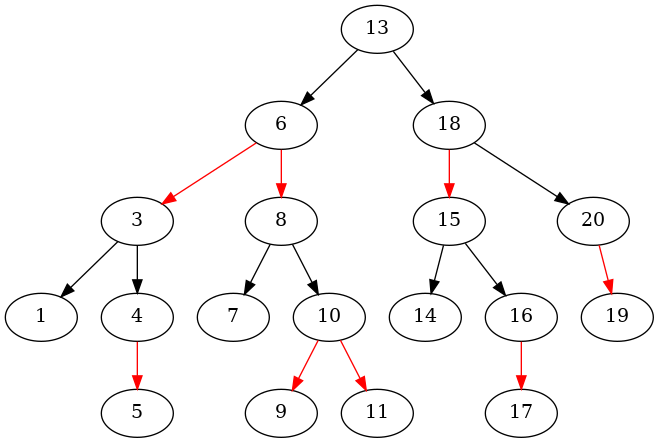
The Graphviz diagram output/RBTree.gv.png in s194042/Algo2Helpers, before a commit. Its source is kept beside it as output/RBTree.gv. The source it was exported from:
```dot
digraph RBTree {
	13 [label=13 color=black]
	6 [label=6 color=black]
	3 [label=3 color=black]
	1 [label=1 color=black]
	3 -> 1 [color=black]
	4 [label=4 color=black]
	5 [label=5 color=black]
	4 -> 5 [color=red]
	3 -> 4 [color=black]
	6 -> 3 [color=red]
	8 [label=8 color=black]
	7 [label=7 color=black]
	8 -> 7 [color=black]
	10 [label=10 color=black]
	9 [label=9 color=black]
	10 -> 9 [color=red]
	11 [label=11 color=black]
	10 -> 11 [color=red]
	8 -> 10 [color=black]
	6 -> 8 [color=red]
	13 -> 6 [color=black]
	18 [label=18 color=black]
	15 [label=15 color=black]
	14 [label=14 color=black]
	15 -> 14 [color=black]
	16 [label=16 color=black]
	17 [label=17 color=black]
	16 -> 17 [color=red]
	15 -> 16 [color=black]
	18 -> 15 [color=red]
	20 [label=20 color=black]
	19 [label=19 color=black]
	20 -> 19 [color=red]
	18 -> 20 [color=black]
	13 -> 18 [color=black]
}
```
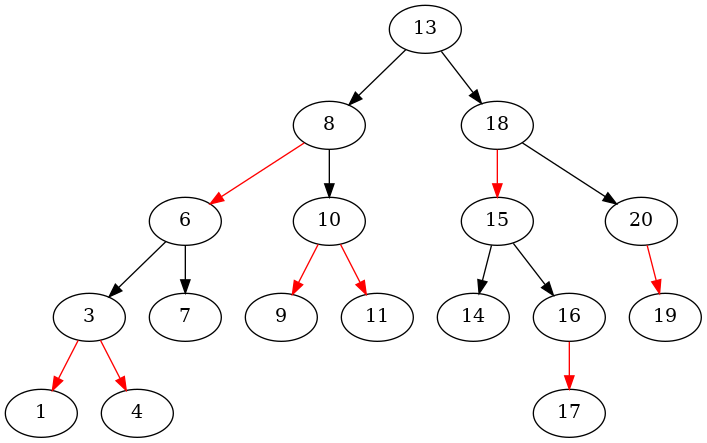
After the commit.

What changed in the source:
```diff
@@ -1,25 +1,23 @@
 digraph RBTree {
 	13 [label=13 color=black]
+	8 [label=8 color=black]
 	6 [label=6 color=black]
 	3 [label=3 color=black]
 	1 [label=1 color=black]
-	3 -> 1 [color=black]
+	3 -> 1 [color=red]
 	4 [label=4 color=black]
-	5 [label=5 color=black]
-	4 -> 5 [color=red]
-	3 -> 4 [color=black]
-	6 -> 3 [color=red]
-	8 [label=8 color=black]
+	3 -> 4 [color=red]
+	6 -> 3 [color=black]
 	7 [label=7 color=black]
-	8 -> 7 [color=black]
+	6 -> 7 [color=black]
+	8 -> 6 [color=red]
 	10 [label=10 color=black]
 	9 [label=9 color=black]
 	10 -> 9 [color=red]
 	11 [label=11 color=black]
 	10 -> 11 [color=red]
 	8 -> 10 [color=black]
-	6 -> 8 [color=red]
-	13 -> 6 [color=black]
+	13 -> 8 [color=black]
 	18 [label=18 color=black]
 	15 [label=15 color=black]
 	14 [label=14 color=black]
```
